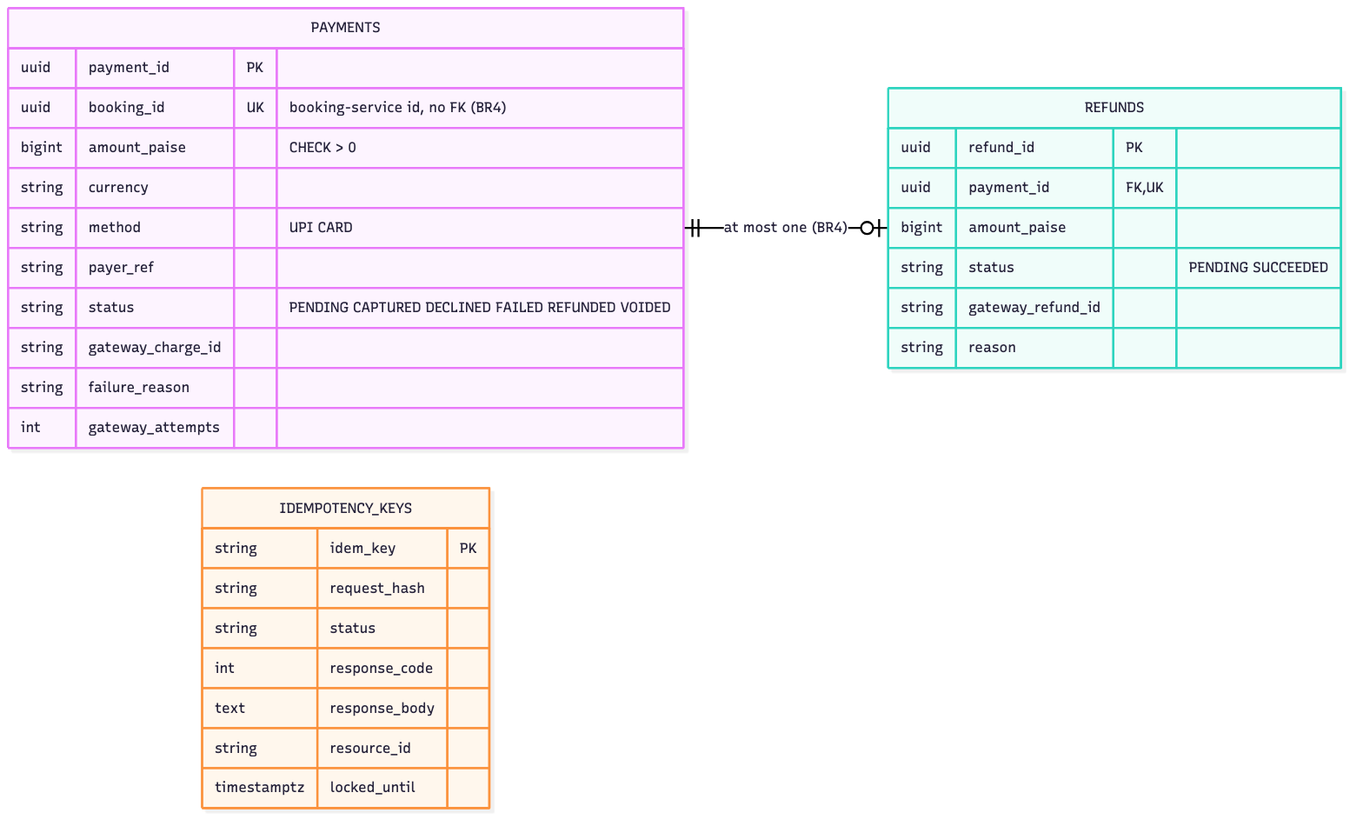
Above: docs/diagrams/er-payment.png in spaceman-dev/tatkal-booking-microservices (Mermaid), before the change. Its source is kept beside it as docs/diagrams/er-payment.mmd.
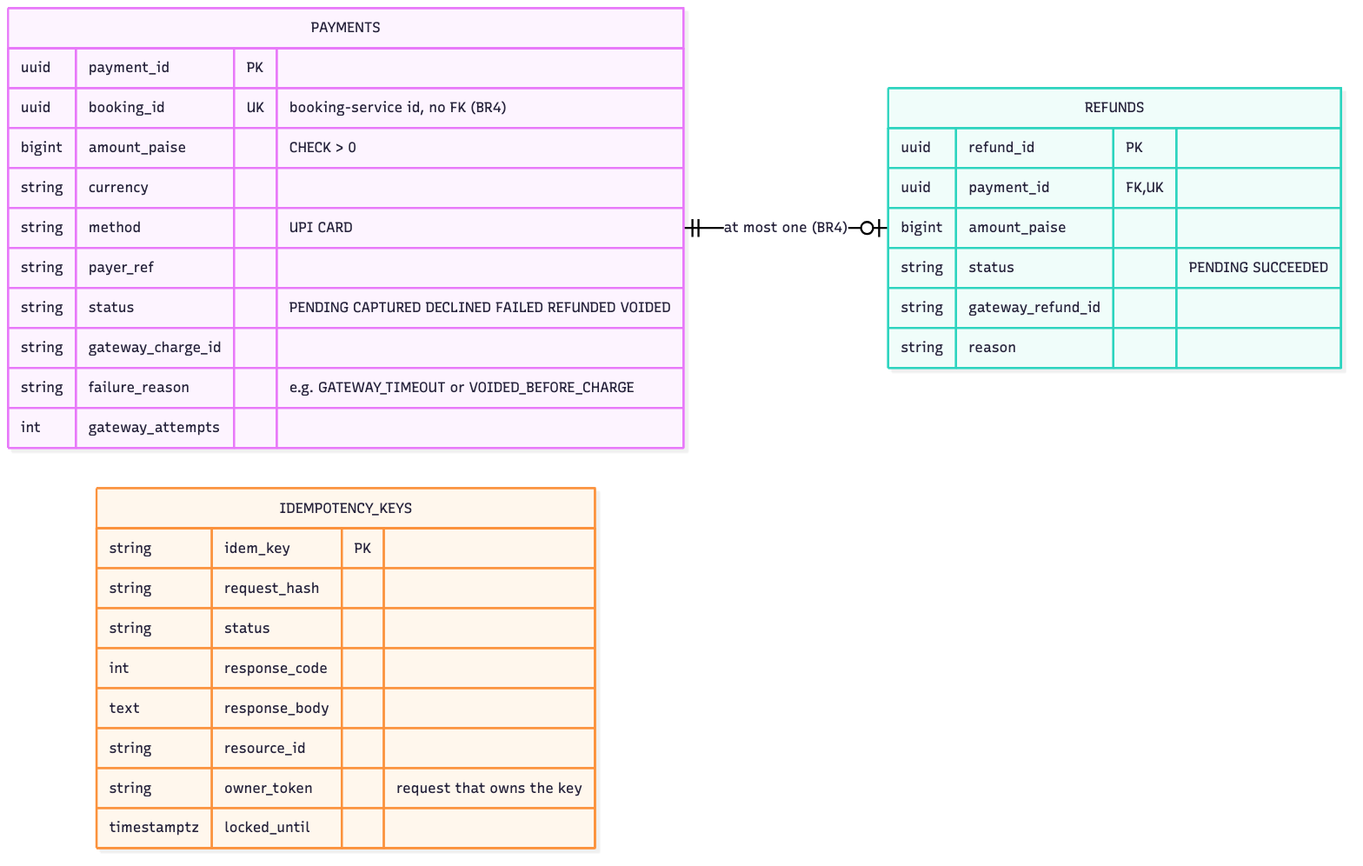
The same diagram one commit later.

The edit, as a diff of the source:
```diff
@@ -10,7 +10,7 @@
         string payer_ref
         string status "PENDING CAPTURED DECLINED FAILED REFUNDED VOIDED"
         string gateway_charge_id
-        string failure_reason
+        string failure_reason "e.g. GATEWAY_TIMEOUT or VOIDED_BEFORE_CHARGE"
         int gateway_attempts
     }
     REFUNDS {
@@ -28,5 +28,6 @@
         int response_code
         text response_body
         string resource_id
+        string owner_token "request that owns the key"
         timestamptz locked_until
     }
```
